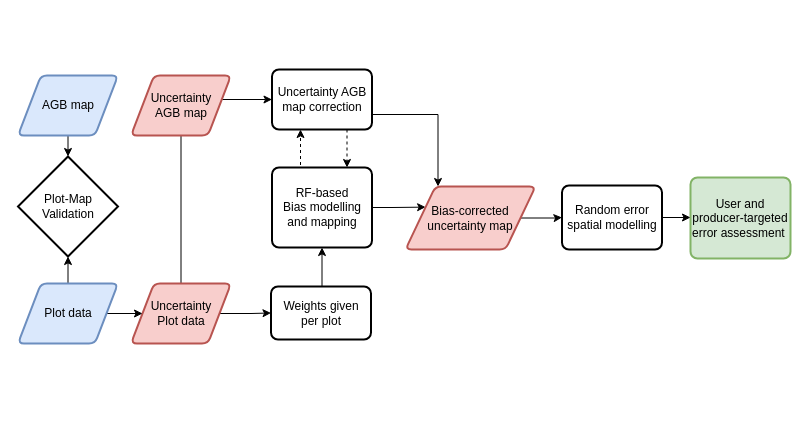
Earlier version of the draw.io diagram Untitled Diagram.drawio (arnanaraza/diagrams). Source tidied: cells renumbered, new cells numbered last; positions are measured from the earlier drawing's top-left corner, leaving out a move shared by most shapes. Both pictures are drawn from the tidied source at 100%, with x=0, y=0 at pixel (18, 69).
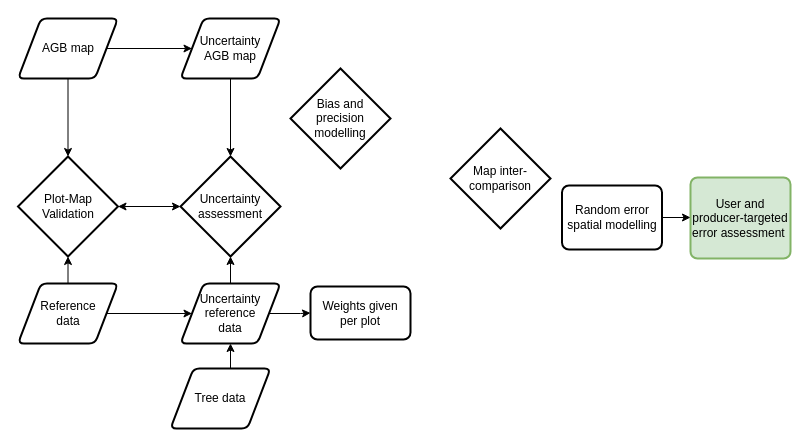
After the change.

Unchanged cells that the change refers to:
```xml
<mxCell id="20" value="&lt;span style=&quot;white-space: normal&quot;&gt;Plot-Map&lt;br&gt;Validation&lt;/span&gt;" style="strokeWidth=2;html=1;shape=mxgraph.flowchart.decision;whiteSpace=wrap;" parent="1" vertex="1">
  <mxGeometry x="-0.5" y="87" width="100" height="100" as="geometry" />
</mxCell>
<mxCell id="22" value="Random error spatial modelling" style="rounded=1;whiteSpace=wrap;html=1;absoluteArcSize=1;arcSize=14;strokeWidth=2;" parent="1" vertex="1">
  <mxGeometry x="543.5" y="116" width="100" height="64" as="geometry" />
</mxCell>
```

The edit, as a diff of the source:
```diff
@@
-    <mxCell id="2" style="edgeStyle=orthogonalEdgeStyle;rounded=0;jettySize=auto;html=1;exitX=0.5;exitY=0;exitDx=0;exitDy=0;entryX=0;entryY=0.5;entryDx=0;entryDy=0;" parent="1" edge="1" source="4" target="9">
-      <mxGeometry relative="1" as="geometry" />
-    </mxCell>
@@
+    <mxCell id="25" style="edgeStyle=orthogonalEdgeStyle;rounded=0;jettySize=auto;html=1;exitX=0.5;exitY=0;exitDx=0;exitDy=0;entryX=0.5;entryY=1;entryDx=0;entryDy=0;entryPerimeter=0;startArrow=none;startFill=0;" parent="1" edge="1" source="4" target="31">
+      <mxGeometry relative="1" as="geometry" />
+    </mxCell>
-    <mxCell id="4" value="Uncertainty&lt;br&gt;Plot data" style="shape=parallelogram;html=1;strokeWidth=2;perimeter=parallelogramPerimeter;whiteSpace=wrap;rounded=1;arcSize=12;size=0.23;fillColor=#f8cecc;strokeColor=#b85450;" parent="1" vertex="1">
-      <mxGeometry x="112.5" y="214" width="100" height="60" as="geometry" />
+    <mxCell id="4" value="Uncertainty&lt;br&gt;reference &lt;br&gt;data" style="shape=parallelogram;html=1;strokeWidth=2;perimeter=parallelogramPerimeter;whiteSpace=wrap;rounded=1;arcSize=12;size=0.23;" parent="1" vertex="1">
+      <mxGeometry x="162" y="214" width="100" height="60" as="geometry" />
     </mxCell>
-    <mxCell id="5" style="edgeStyle=orthogonalEdgeStyle;rounded=0;jettySize=auto;html=1;exitX=0.5;exitY=0;exitDx=0;exitDy=0;entryX=0.5;entryY=1;entryDx=0;entryDy=0;" parent="1" edge="1" source="6" target="12">
-      <mxGeometry relative="1" as="geometry" />
-    </mxCell>
     <mxCell id="6" value="Weights given &lt;br&gt;per plot" style="rounded=1;whiteSpace=wrap;html=1;absoluteArcSize=1;arcSize=14;strokeWidth=2;" parent="1" vertex="1">
-      <mxGeometry x="252.5" y="217" width="100" height="53" as="geometry" />
+      <mxGeometry x="292" y="217" width="100" height="53" as="geometry" />
     </mxCell>
-    <mxCell id="7" style="edgeStyle=orthogonalEdgeStyle;rounded=0;jettySize=auto;html=1;exitX=0.75;exitY=1;exitDx=0;exitDy=0;entryX=0.75;entryY=0;entryDx=0;entryDy=0;dashed=1;" parent="1" edge="1" source="9" target="12">
-      <mxGeometry relative="1" as="geometry" />
-    </mxCell>
-    <mxCell id="8" style="edgeStyle=orthogonalEdgeStyle;rounded=0;jettySize=auto;html=1;exitX=1;exitY=0.75;exitDx=0;exitDy=0;entryX=0.25;entryY=0;entryDx=0;entryDy=0;" parent="1" edge="1" source="9" target="24">
-      <mxGeometry relative="1" as="geometry" />
-    </mxCell>
-    <mxCell id="9" value="Uncertainty AGB map correction" style="rounded=1;whiteSpace=wrap;html=1;absoluteArcSize=1;arcSize=14;strokeWidth=2;" parent="1" vertex="1">
-      <mxGeometry x="253.5" width="100" height="60" as="geometry" />
-    </mxCell>
-    <mxCell id="10" style="edgeStyle=orthogonalEdgeStyle;rounded=0;jettySize=auto;html=1;exitX=0.25;exitY=0;exitDx=0;exitDy=0;dashed=1;" parent="1" edge="1" source="12">
-      <mxGeometry relative="1" as="geometry">
-        <mxPoint x="282" y="60" as="targetPoint" />
-        <Array as="points">
-          <mxPoint x="282" y="98" />
-          <mxPoint x="282" y="60" />
-        </Array>
-      </mxGeometry>
-    </mxCell>
-    <mxCell id="11" style="edgeStyle=orthogonalEdgeStyle;rounded=0;jettySize=auto;html=1;exitX=1;exitY=0.5;exitDx=0;exitDy=0;entryX=0;entryY=0.25;entryDx=0;entryDy=0;" parent="1" edge="1" source="12" target="24">
-      <mxGeometry relative="1" as="geometry" />
-    </mxCell>
-    <mxCell id="12" value="RF-based &lt;br&gt;Bias modelling and mapping" style="rounded=1;whiteSpace=wrap;html=1;absoluteArcSize=1;arcSize=14;strokeWidth=2;" parent="1" vertex="1">
-      <mxGeometry x="253.5" y="98" width="100" height="80" as="geometry" />
-    </mxCell>
+    <mxCell id="26" style="edgeStyle=orthogonalEdgeStyle;rounded=0;jettySize=auto;html=1;exitX=0.5;exitY=1;exitDx=0;exitDy=0;entryX=0.5;entryY=0;entryDx=0;entryDy=0;entryPerimeter=0;startArrow=none;startFill=0;" parent="1" edge="1" source="13" target="31">
+      <mxGeometry relative="1" as="geometry" />
+    </mxCell>
-    <mxCell id="13" value="Uncertainty&lt;br&gt;AGB map" style="shape=parallelogram;html=1;strokeWidth=2;perimeter=parallelogramPerimeter;whiteSpace=wrap;rounded=1;arcSize=12;size=0.23;fillColor=#f8cecc;strokeColor=#b85450;" parent="1" vertex="1">
-      <mxGeometry x="112.5" y="6" width="100" height="60" as="geometry" />
+    <mxCell id="13" value="Uncertainty&lt;br&gt;AGB map" style="shape=parallelogram;html=1;strokeWidth=2;perimeter=parallelogramPerimeter;whiteSpace=wrap;rounded=1;arcSize=12;size=0.23;" parent="1" vertex="1">
+      <mxGeometry x="162" y="-51" width="100" height="60" as="geometry" />
     </mxCell>
@@
+    <mxCell id="27" style="edgeStyle=orthogonalEdgeStyle;rounded=0;jettySize=auto;html=1;exitX=1;exitY=0.5;exitDx=0;exitDy=0;entryX=0;entryY=0.5;entryDx=0;entryDy=0;startArrow=none;startFill=0;" parent="1" edge="1" source="16" target="13">
+      <mxGeometry relative="1" as="geometry" />
+    </mxCell>
-    <mxCell id="16" value="AGB map" style="shape=parallelogram;html=1;strokeWidth=2;perimeter=parallelogramPerimeter;whiteSpace=wrap;rounded=1;arcSize=12;size=0.23;fillColor=#dae8fc;strokeColor=#6c8ebf;" parent="1" vertex="1">
-      <mxGeometry x="-0.5" y="6" width="100" height="60" as="geometry" />
+    <mxCell id="16" value="AGB map" style="shape=parallelogram;html=1;strokeWidth=2;perimeter=parallelogramPerimeter;whiteSpace=wrap;rounded=1;arcSize=12;size=0.23;" parent="1" vertex="1">
+      <mxGeometry x="-0.5" y="-51" width="100" height="60" as="geometry" />
     </mxCell>
@@
-    <mxCell id="19" value="Plot data" style="shape=parallelogram;html=1;strokeWidth=2;perimeter=parallelogramPerimeter;whiteSpace=wrap;rounded=1;arcSize=12;size=0.23;fillColor=#dae8fc;strokeColor=#6c8ebf;" parent="1" vertex="1">
+    <mxCell id="19" value="Reference &lt;br&gt;data" style="shape=parallelogram;html=1;strokeWidth=2;perimeter=parallelogramPerimeter;whiteSpace=wrap;rounded=1;arcSize=12;size=0.23;" parent="1" vertex="1">
       <mxGeometry x="-0.5" y="214" width="100" height="60" as="geometry" />
     </mxCell>
+    <mxCell id="28" style="edgeStyle=orthogonalEdgeStyle;rounded=0;jettySize=auto;html=1;exitX=1;exitY=0.5;exitDx=0;exitDy=0;exitPerimeter=0;entryX=0;entryY=0.5;entryDx=0;entryDy=0;entryPerimeter=0;startArrow=classic;startFill=1;" parent="1" edge="1" source="20" target="31">
+      <mxGeometry relative="1" as="geometry" />
+    </mxCell>
@@
-    <mxCell id="23" style="edgeStyle=orthogonalEdgeStyle;rounded=0;jettySize=auto;html=1;exitX=1;exitY=0.5;exitDx=0;exitDy=0;entryX=0;entryY=0.5;entryDx=0;entryDy=0;" parent="1" edge="1" source="24" target="22">
-      <mxGeometry relative="1" as="geometry" />
-    </mxCell>
-    <mxCell id="24" value="Bias-corrected uncertainty map" style="shape=parallelogram;html=1;strokeWidth=2;perimeter=parallelogramPerimeter;whiteSpace=wrap;rounded=1;arcSize=12;size=0.23;fillColor=#f8cecc;strokeColor=#b85450;" parent="1" vertex="1">
-      <mxGeometry x="387" y="117" width="130" height="63" as="geometry" />
-    </mxCell>
+    <mxCell id="29" style="edgeStyle=orthogonalEdgeStyle;rounded=0;jettySize=auto;html=1;exitX=0.5;exitY=0;exitDx=0;exitDy=0;entryX=0.5;entryY=1;entryDx=0;entryDy=0;startArrow=none;startFill=0;" parent="1" edge="1" source="30" target="4">
+      <mxGeometry relative="1" as="geometry" />
+    </mxCell>
+    <mxCell id="30" value="Tree data" style="shape=parallelogram;html=1;strokeWidth=2;perimeter=parallelogramPerimeter;whiteSpace=wrap;rounded=1;arcSize=12;size=0.23;" parent="1" vertex="1">
+      <mxGeometry x="152" y="299" width="100" height="60" as="geometry" />
+    </mxCell>
+    <mxCell id="31" value="Uncertainty assessment" style="strokeWidth=2;html=1;shape=mxgraph.flowchart.decision;whiteSpace=wrap;" parent="1" vertex="1">
+      <mxGeometry x="162" y="87" width="100" height="100" as="geometry" />
+    </mxCell>
+    <mxCell id="32" value="Map inter-comparison" style="strokeWidth=2;html=1;shape=mxgraph.flowchart.decision;whiteSpace=wrap;" parent="1" vertex="1">
+      <mxGeometry x="432" y="59" width="100" height="100" as="geometry" />
+    </mxCell>
+    <mxCell id="33" value="Bias and precision modelling" style="strokeWidth=2;html=1;shape=mxgraph.flowchart.decision;whiteSpace=wrap;" parent="1" vertex="1">
+      <mxGeometry x="272" y="-1" width="100" height="100" as="geometry" />
+    </mxCell>
```
